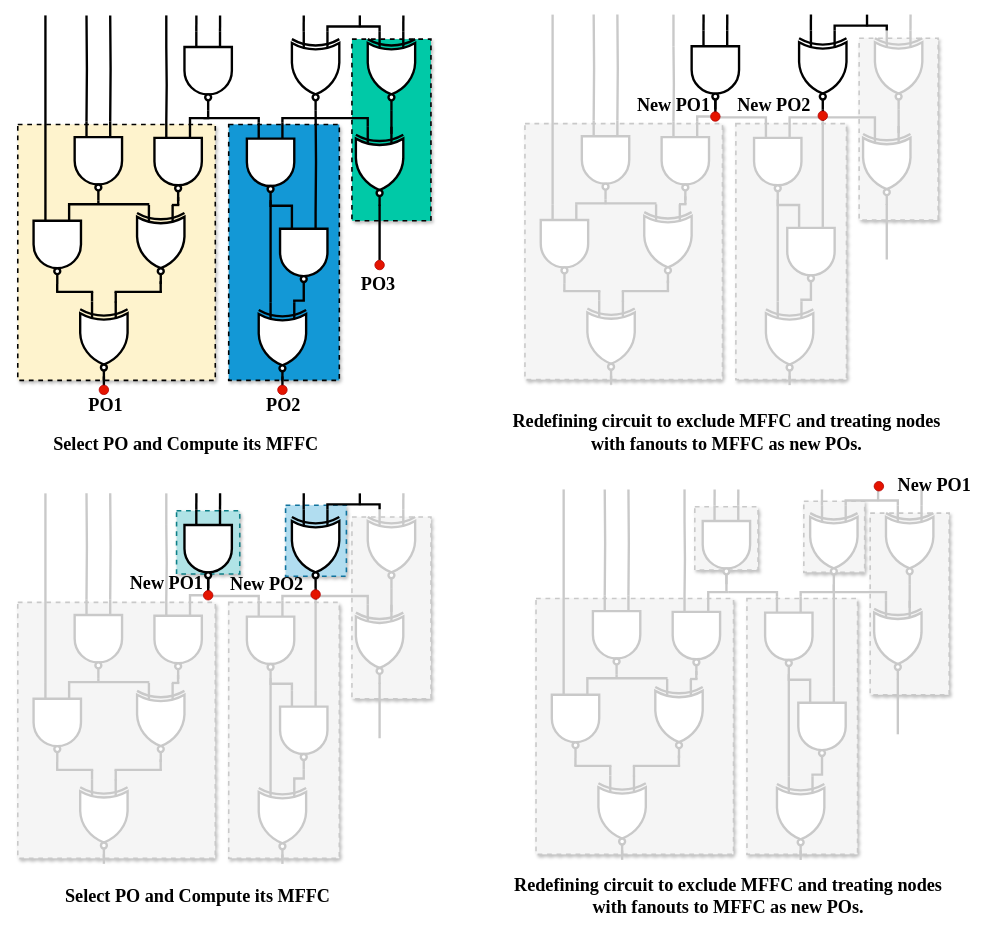
The draw.io diagram mffc_process.drawio in kxzhu0505/LogicSynOpt, before the edit. Source tidied: cells renumbered, new cells numbered last; positions are measured from the earlier drawing's top-left corner, leaving out a move shared by most shapes. Both pictures are drawn from the tidied source at 79%, with x=0, y=0 at pixel (17, 14).
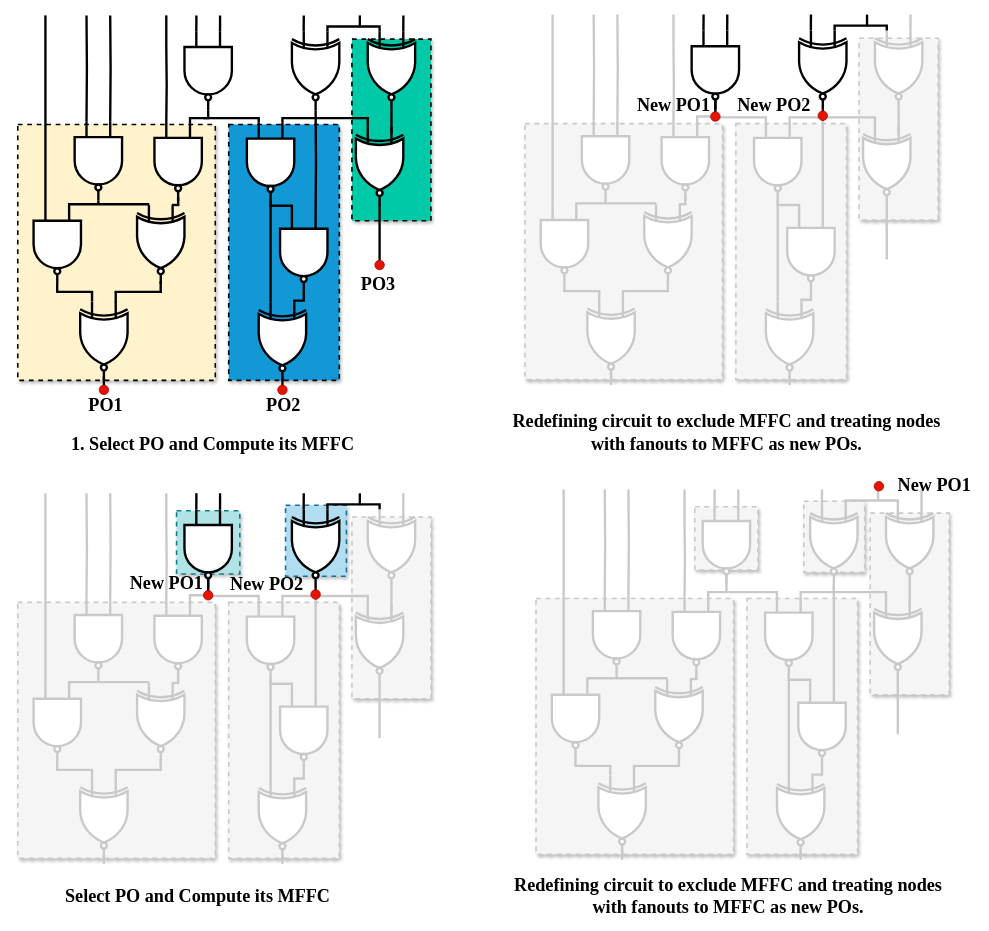
Above is the later version.

What changed in the source:
```diff
@@
-    <mxCell id="54" value="&lt;font style=&quot;font-size: 23px;&quot; face=&quot;Times New Roman&quot;&gt;&lt;b&gt;Select PO and Compute its MFFC&lt;/b&gt;&lt;/font&gt;" style="text;html=1;align=center;verticalAlign=middle;whiteSpace=wrap;rounded=0;" parent="1" vertex="1">
-      <mxGeometry x="34" y="529" width="358" height="30" as="geometry" />
+    <mxCell id="54" value="&lt;font style=&quot;font-size: 23px;&quot; face=&quot;Times New Roman&quot;&gt;&lt;b&gt;1. Select PO and Compute its MFFC&lt;/b&gt;&lt;/font&gt;" style="text;html=1;align=center;verticalAlign=middle;whiteSpace=wrap;rounded=0;" parent="1" vertex="1">
+      <mxGeometry x="34" y="529" width="426" height="30" as="geometry" />
     </mxCell>
```
